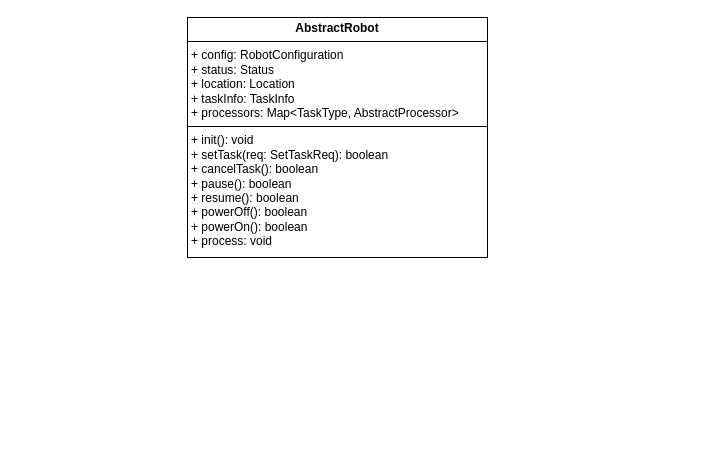
This is 测试111.drawio from yuhang9580/drawio, a draw.io file, before an edit. Source tidied: cells renumbered, new cells numbered last; positions are measured from the earlier drawing's top-left corner, leaving out a move shared by most shapes. Both pictures are drawn from the tidied source at 100%, with x=0, y=0 at pixel (187, 17).
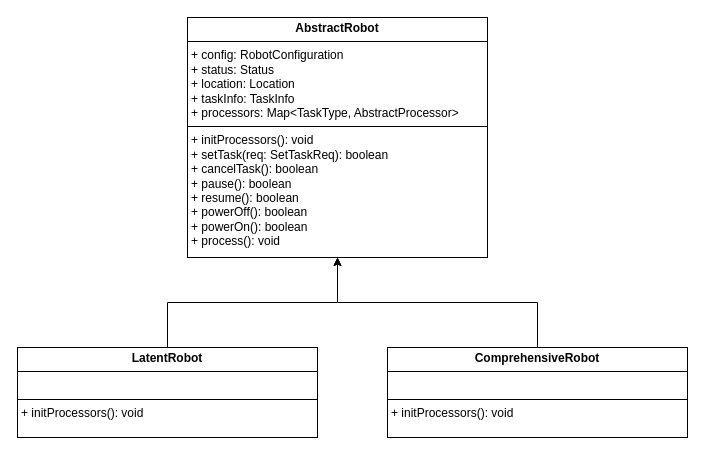
The same diagram, later.

Diff of the diagram source:
```diff
@@
 <mxGraphModel>
   <root>
     <mxCell id="0" />
     <mxCell id="1" parent="0" />
-    <mxCell id="2" value="&lt;p style=&quot;margin:0px;margin-top:4px;text-align:center;&quot;&gt;&lt;b&gt;AbstractRobot&lt;/b&gt;&lt;/p&gt;&lt;hr size=&quot;1&quot; style=&quot;border-style:solid;&quot;&gt;&lt;p style=&quot;margin:0px;margin-left:4px;&quot;&gt;+ config: RobotConfiguration&lt;/p&gt;&lt;p style=&quot;margin:0px;margin-left:4px;&quot;&gt;+ status: Status&lt;/p&gt;&lt;p style=&quot;margin:0px;margin-left:4px;&quot;&gt;+ location: Location&lt;/p&gt;&lt;p style=&quot;margin:0px;margin-left:4px;&quot;&gt;+ taskInfo: TaskInfo&lt;/p&gt;&lt;p style=&quot;margin:0px;margin-left:4px;&quot;&gt;+ processors: Map&amp;lt;TaskType, AbstractProcessor&amp;gt;&lt;/p&gt;&lt;hr size=&quot;1&quot; style=&quot;border-style:solid;&quot;&gt;&lt;p style=&quot;margin:0px;margin-left:4px;&quot;&gt;+ init(): void&lt;/p&gt;&lt;p style=&quot;margin:0px;margin-left:4px;&quot;&gt;+ setTask(req: SetTaskReq): boolean&lt;/p&gt;&lt;p style=&quot;margin:0px;margin-left:4px;&quot;&gt;+ cancelTask(): boolean&lt;/p&gt;&lt;p style=&quot;margin:0px;margin-left:4px;&quot;&gt;+ pause(): boolean&lt;/p&gt;&lt;p style=&quot;margin:0px;margin-left:4px;&quot;&gt;+ resume(): boolean&lt;/p&gt;&lt;p style=&quot;margin:0px;margin-left:4px;&quot;&gt;+ powerOff(): boolean&lt;/p&gt;&lt;p style=&quot;margin:0px;margin-left:4px;&quot;&gt;+ powerOn(): boolean&lt;/p&gt;&lt;p style=&quot;margin:0px;margin-left:4px;&quot;&gt;+ process: void&lt;/p&gt;" style="verticalAlign=top;align=left;overflow=fill;html=1;whiteSpace=wrap;" parent="1" vertex="1">
+    <mxCell id="2" value="&lt;p style=&quot;margin:0px;margin-top:4px;text-align:center;&quot;&gt;&lt;b&gt;AbstractRobot&lt;/b&gt;&lt;/p&gt;&lt;hr size=&quot;1&quot; style=&quot;border-style:solid;&quot;&gt;&lt;p style=&quot;margin:0px;margin-left:4px;&quot;&gt;+ config: RobotConfiguration&lt;/p&gt;&lt;p style=&quot;margin:0px;margin-left:4px;&quot;&gt;+ status: Status&lt;/p&gt;&lt;p style=&quot;margin:0px;margin-left:4px;&quot;&gt;+ location: Location&lt;/p&gt;&lt;p style=&quot;margin:0px;margin-left:4px;&quot;&gt;+ taskInfo: TaskInfo&lt;/p&gt;&lt;p style=&quot;margin:0px;margin-left:4px;&quot;&gt;+ processors: Map&amp;lt;TaskType, AbstractProcessor&amp;gt;&lt;/p&gt;&lt;hr size=&quot;1&quot; style=&quot;border-style:solid;&quot;&gt;&lt;p style=&quot;margin:0px;margin-left:4px;&quot;&gt;+ initProcessors(): void&lt;/p&gt;&lt;p style=&quot;margin:0px;margin-left:4px;&quot;&gt;+ setTask(req: SetTaskReq): boolean&lt;/p&gt;&lt;p style=&quot;margin:0px;margin-left:4px;&quot;&gt;+ cancelTask(): boolean&lt;/p&gt;&lt;p style=&quot;margin:0px;margin-left:4px;&quot;&gt;+ pause(): boolean&lt;/p&gt;&lt;p style=&quot;margin:0px;margin-left:4px;&quot;&gt;+ resume(): boolean&lt;/p&gt;&lt;p style=&quot;margin:0px;margin-left:4px;&quot;&gt;+ powerOff(): boolean&lt;/p&gt;&lt;p style=&quot;margin:0px;margin-left:4px;&quot;&gt;+ powerOn(): boolean&lt;/p&gt;&lt;p style=&quot;margin:0px;margin-left:4px;&quot;&gt;+ process(): void&lt;/p&gt;" style="verticalAlign=top;align=left;overflow=fill;html=1;whiteSpace=wrap;" parent="1" vertex="1">
       <mxGeometry width="300" height="240" as="geometry" />
     </mxCell>
+    <mxCell id="3" style="edgeStyle=orthogonalEdgeStyle;rounded=0;jettySize=auto;html=1;exitX=0.5;exitY=0;exitDx=0;exitDy=0;" parent="1" edge="1" source="4" target="2">
+      <mxGeometry relative="1" as="geometry" />
+    </mxCell>
+    <mxCell id="4" value="&lt;p style=&quot;margin:0px;margin-top:4px;text-align:center;&quot;&gt;&lt;b&gt;LatentRobot&lt;/b&gt;&lt;/p&gt;&lt;hr size=&quot;1&quot; style=&quot;border-style:solid;&quot;&gt;&lt;p style=&quot;margin:0px;margin-left:4px;&quot;&gt;&lt;br&gt;&lt;/p&gt;&lt;hr size=&quot;1&quot; style=&quot;border-style:solid;&quot;&gt;&lt;p style=&quot;margin:0px;margin-left:4px;&quot;&gt;+ initProcessors(): void&lt;br&gt;&lt;/p&gt;" style="verticalAlign=top;align=left;overflow=fill;html=1;whiteSpace=wrap;" parent="1" vertex="1">
+      <mxGeometry x="-170" y="330" width="300" height="90" as="geometry" />
+    </mxCell>
+    <mxCell id="5" style="edgeStyle=orthogonalEdgeStyle;rounded=0;jettySize=auto;html=1;" parent="1" edge="1" source="6" target="2">
+      <mxGeometry relative="1" as="geometry" />
+    </mxCell>
+    <mxCell id="6" value="&lt;p style=&quot;margin:0px;margin-top:4px;text-align:center;&quot;&gt;&lt;b&gt;ComprehensiveRobot&lt;/b&gt;&lt;/p&gt;&lt;hr size=&quot;1&quot; style=&quot;border-style:solid;&quot;&gt;&lt;p style=&quot;margin:0px;margin-left:4px;&quot;&gt;&lt;br&gt;&lt;/p&gt;&lt;hr size=&quot;1&quot; style=&quot;border-style:solid;&quot;&gt;&lt;p style=&quot;margin:0px;margin-left:4px;&quot;&gt;+ initProcessors(): void&lt;br&gt;&lt;/p&gt;" style="verticalAlign=top;align=left;overflow=fill;html=1;whiteSpace=wrap;" parent="1" vertex="1">
+      <mxGeometry x="200" y="330" width="300" height="90" as="geometry" />
+    </mxCell>
   </root>
 </mxGraphModel>
```
